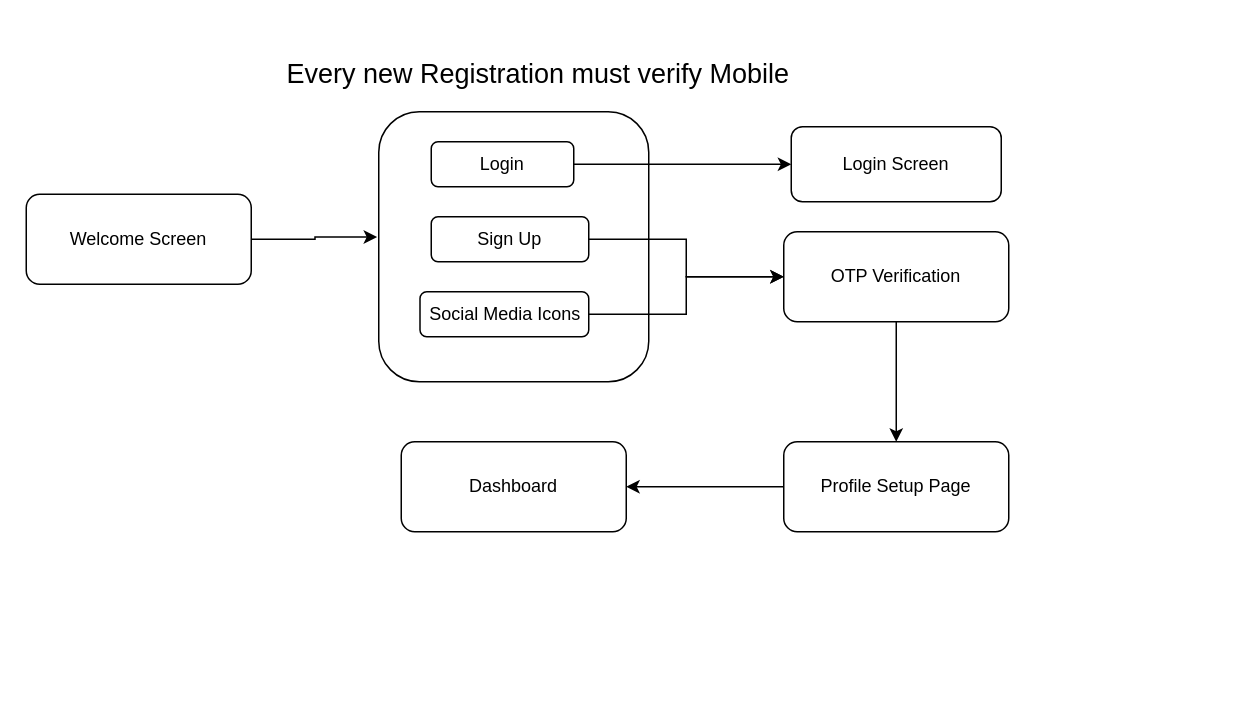
Before: OneSayRegistration.drawio in Adityacs001/snippet, a draw.io diagram. Source tidied: cells renumbered, new cells numbered last; positions are measured from the earlier drawing's top-left corner, leaving out a move shared by most shapes. Both pictures are drawn from the tidied source at 150%, with x=0, y=0 at pixel (26, 51).
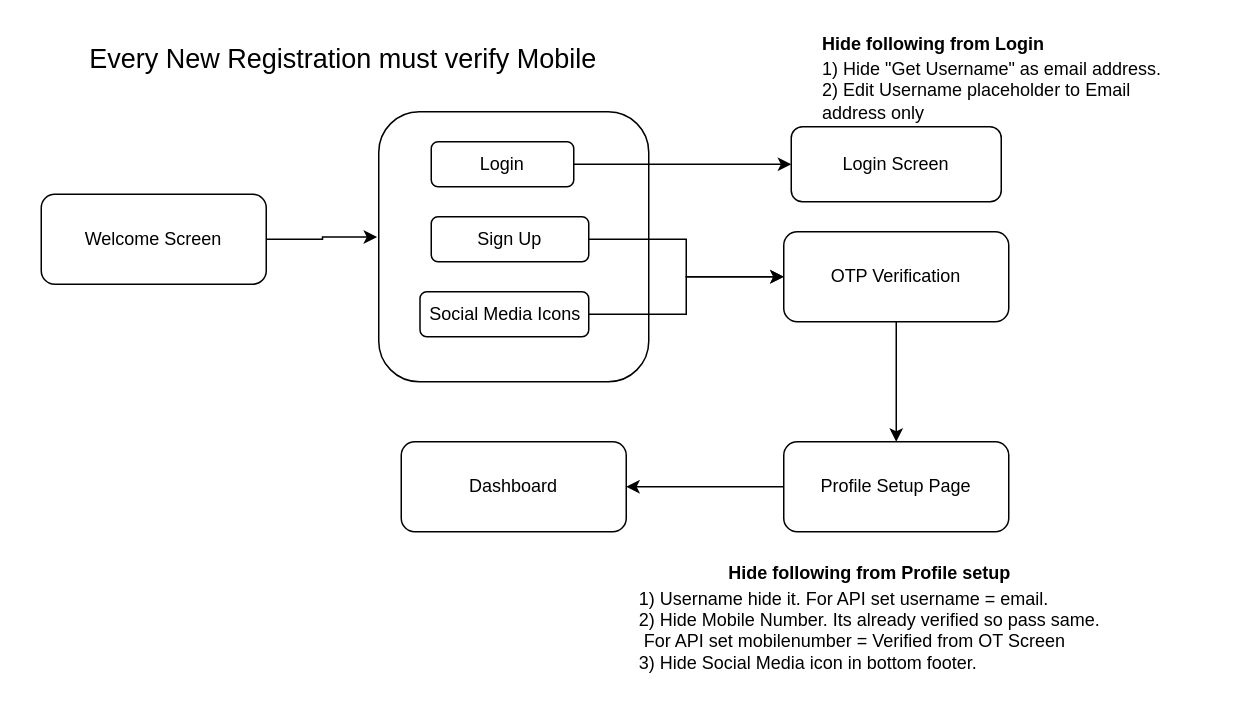
Above is the later version.

What changed in the source:
```diff
@@
 <mxGraphModel>
   <root>
     <mxCell id="0" />
     <mxCell id="1" parent="0" />
     <mxCell id="2" style="edgeStyle=orthogonalEdgeStyle;rounded=0;jettySize=auto;html=1;entryX=-0.006;entryY=0.464;entryDx=0;entryDy=0;entryPerimeter=0;" parent="1" edge="1" source="3" target="8">
       <mxGeometry relative="1" as="geometry" />
     </mxCell>
     <mxCell id="3" value="Welcome Screen" style="rounded=1;whiteSpace=wrap;html=1;" parent="1" vertex="1">
-      <mxGeometry y="95" width="150" height="60" as="geometry" />
+      <mxGeometry x="10" y="95" width="150" height="60" as="geometry" />
     </mxCell>
     <mxCell id="4" style="edgeStyle=orthogonalEdgeStyle;rounded=0;jettySize=auto;html=1;" parent="1" edge="1" source="5" target="7">
       <mxGeometry relative="1" as="geometry" />
     </mxCell>
     <mxCell id="5" value="OTP Verification" style="rounded=1;whiteSpace=wrap;html=1;" parent="1" vertex="1">
       <mxGeometry x="505" y="120" width="150" height="60" as="geometry" />
     </mxCell>
     <mxCell id="6" style="edgeStyle=orthogonalEdgeStyle;rounded=0;jettySize=auto;html=1;" parent="1" edge="1" source="7" target="9">
       <mxGeometry relative="1" as="geometry" />
     </mxCell>
     <mxCell id="7" value="Profile Setup Page" style="rounded=1;whiteSpace=wrap;html=1;" parent="1" vertex="1">
       <mxGeometry x="505" y="260" width="150" height="60" as="geometry" />
     </mxCell>
     <mxCell id="8" style="rounded=1;whiteSpace=wrap;html=1;" parent="1" vertex="1">
       <mxGeometry x="235" y="40" width="180" height="180" as="geometry" />
     </mxCell>
     <mxCell id="9" value="Dashboard" style="rounded=1;whiteSpace=wrap;html=1;" parent="1" vertex="1">
       <mxGeometry x="250" y="260" width="150" height="60" as="geometry" />
     </mxCell>
     <mxCell id="10" style="edgeStyle=orthogonalEdgeStyle;rounded=0;jettySize=auto;html=1;fontSize=18;" parent="1" edge="1" source="11" target="17">
       <mxGeometry relative="1" as="geometry" />
     </mxCell>
     <mxCell id="11" value="Login" style="rounded=1;whiteSpace=wrap;html=1;" parent="1" vertex="1">
       <mxGeometry x="270" y="60" width="95" height="30" as="geometry" />
     </mxCell>
     <mxCell id="12" style="edgeStyle=orthogonalEdgeStyle;rounded=0;jettySize=auto;html=1;entryX=0;entryY=0.5;entryDx=0;entryDy=0;fontSize=18;" parent="1" edge="1" source="13" target="5">
       <mxGeometry relative="1" as="geometry" />
     </mxCell>
     <mxCell id="13" value="Sign Up" style="rounded=1;whiteSpace=wrap;html=1;" parent="1" vertex="1">
       <mxGeometry x="270" y="110" width="105" height="30" as="geometry" />
     </mxCell>
     <mxCell id="14" style="edgeStyle=orthogonalEdgeStyle;rounded=0;jettySize=auto;html=1;entryX=0;entryY=0.5;entryDx=0;entryDy=0;fontSize=18;" parent="1" edge="1" source="15" target="5">
       <mxGeometry relative="1" as="geometry" />
     </mxCell>
     <mxCell id="15" value="Social Media Icons" style="rounded=1;whiteSpace=wrap;html=1;" parent="1" vertex="1">
       <mxGeometry x="262.5" y="160" width="112.5" height="30" as="geometry" />
     </mxCell>
-    <mxCell id="16" value="&lt;font style=&quot;font-size: 18px&quot;&gt;Every new Registration must verify Mobile&amp;nbsp;&lt;/font&gt;" style="text;html=1;strokeColor=none;fillColor=none;align=center;verticalAlign=middle;whiteSpace=wrap;rounded=0;" parent="1" vertex="1">
-      <mxGeometry x="150" width="387.5" height="30" as="geometry" />
+    <mxCell id="16" value="&lt;font style=&quot;font-size: 18px&quot;&gt;Every New Registration must verify Mobile&amp;nbsp;&lt;/font&gt;" style="text;html=1;strokeColor=none;fillColor=none;align=center;verticalAlign=middle;whiteSpace=wrap;rounded=0;" parent="1" vertex="1">
+      <mxGeometry x="20" y="-10" width="387.5" height="30" as="geometry" />
     </mxCell>
     <mxCell id="17" value="Login Screen" style="rounded=1;whiteSpace=wrap;html=1;" parent="1" vertex="1">
       <mxGeometry x="510" y="50" width="140" height="50" as="geometry" />
     </mxCell>
+    <mxCell id="18" value="&lt;font style=&quot;font-size: 12px&quot;&gt;&lt;b&gt;Hide following from Profile setup&lt;br&gt;&lt;/b&gt;&lt;div style=&quot;text-align: left&quot;&gt;&lt;span&gt;1) Username hide it. For API set username = email.&lt;/span&gt;&lt;/div&gt;&lt;div style=&quot;text-align: left&quot;&gt;&lt;span&gt;2) Hide Mobile Number. Its already verified so pass same.&lt;/span&gt;&lt;/div&gt;&lt;div style=&quot;text-align: left&quot;&gt;&lt;span&gt;&amp;nbsp;For API set mobilenumber = Verified from OT Screen&lt;/span&gt;&lt;/div&gt;&lt;div style=&quot;text-align: left&quot;&gt;&lt;span&gt;3) Hide Social Media icon in bottom footer.&lt;/span&gt;&lt;/div&gt;&lt;/font&gt;" style="text;html=1;strokeColor=none;fillColor=none;align=center;verticalAlign=middle;whiteSpace=wrap;rounded=0;fontSize=18;" parent="1" vertex="1">
+      <mxGeometry x="320" y="330" width="485" height="90" as="geometry" />
+    </mxCell>
+    <mxCell id="19" value="&lt;div style=&quot;text-align: left&quot;&gt;&lt;b style=&quot;font-size: 12px&quot;&gt;Hide following from Login&lt;/b&gt;&lt;/div&gt;&lt;font style=&quot;font-size: 12px&quot;&gt;&lt;div style=&quot;text-align: left&quot;&gt;&lt;span&gt;1) Hide &quot;Get Username&quot; as email address.&lt;br&gt;&lt;/span&gt;&lt;/div&gt;&lt;div style=&quot;text-align: left&quot;&gt;&lt;span&gt;2) Edit Username placeholder to Email address only&lt;/span&gt;&lt;/div&gt;&lt;/font&gt;" style="text;html=1;strokeColor=none;fillColor=none;align=center;verticalAlign=middle;whiteSpace=wrap;rounded=0;fontSize=18;" parent="1" vertex="1">
+      <mxGeometry x="530" width="245" height="30" as="geometry" />
+    </mxCell>
   </root>
 </mxGraphModel>
```
